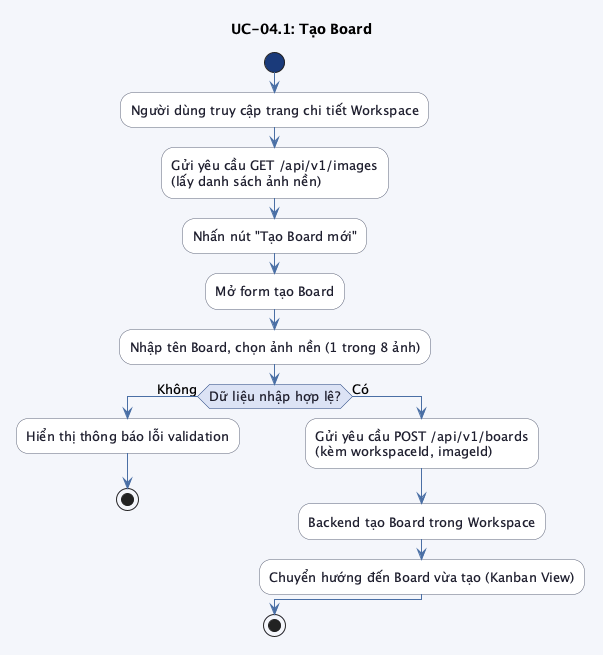
trongnhan34vn/trello-report keeps this PlantUML diagram as src/images/chap3/activity_uc04_1.png. Above is the earlier version. Source of this version:
```plantuml
@startuml activity_uc04_1

skinparam linetype ortho
skinparam defaultFontSize 13
skinparam backgroundColor #f4f6fb
skinparam activity {
    BackgroundColor #ffffff
    BorderColor #5b6279
    FontColor #1e1e2e
    ArrowColor #4a6fa5
    DiamondBackgroundColor #dce3f5
    DiamondBorderColor #1a3a7a
    DiamondFontColor #1e1e2e
    StartColor #1a3a7a
    EndColor #1a3a7a
}

title UC-04.1: Tạo Board

start

:Người dùng truy cập trang chi tiết Workspace;
:Gửi yêu cầu GET /api/v1/images\n(lấy danh sách ảnh nền);
:Nhấn nút "Tạo Board mới";
:Mở form tạo Board;
:Nhập tên Board, chọn ảnh nền (1 trong 8 ảnh);

if (Dữ liệu nhập hợp lệ?) then (Không)
    :Hiển thị thông báo lỗi validation;
    stop
else (Có)
    :Gửi yêu cầu POST /api/v1/boards\n(kèm workspaceId, imageId);
    :Backend tạo Board trong Workspace;
    :Chuyển hướng đến Board vừa tạo (Kanban View);
endif

stop

@enduml
```
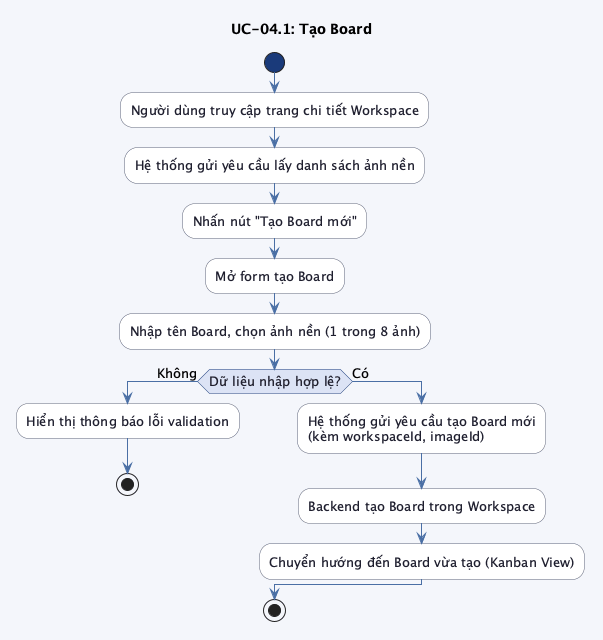
After the change.

Change to the diagram source:
```diff
@@ -20,7 +20,7 @@
 start
 
 :Người dùng truy cập trang chi tiết Workspace;
-:Gửi yêu cầu GET /api/v1/images\n(lấy danh sách ảnh nền);
+:Hệ thống gửi yêu cầu lấy danh sách ảnh nền;
 :Nhấn nút "Tạo Board mới";
 :Mở form tạo Board;
 :Nhập tên Board, chọn ảnh nền (1 trong 8 ảnh);
@@ -29,7 +29,7 @@
     :Hiển thị thông báo lỗi validation;
     stop
 else (Có)
-    :Gửi yêu cầu POST /api/v1/boards\n(kèm workspaceId, imageId);
+    :Hệ thống gửi yêu cầu tạo Board mới\n(kèm workspaceId, imageId);
     :Backend tạo Board trong Workspace;
     :Chuyển hướng đến Board vừa tạo (Kanban View);
 endif
```
